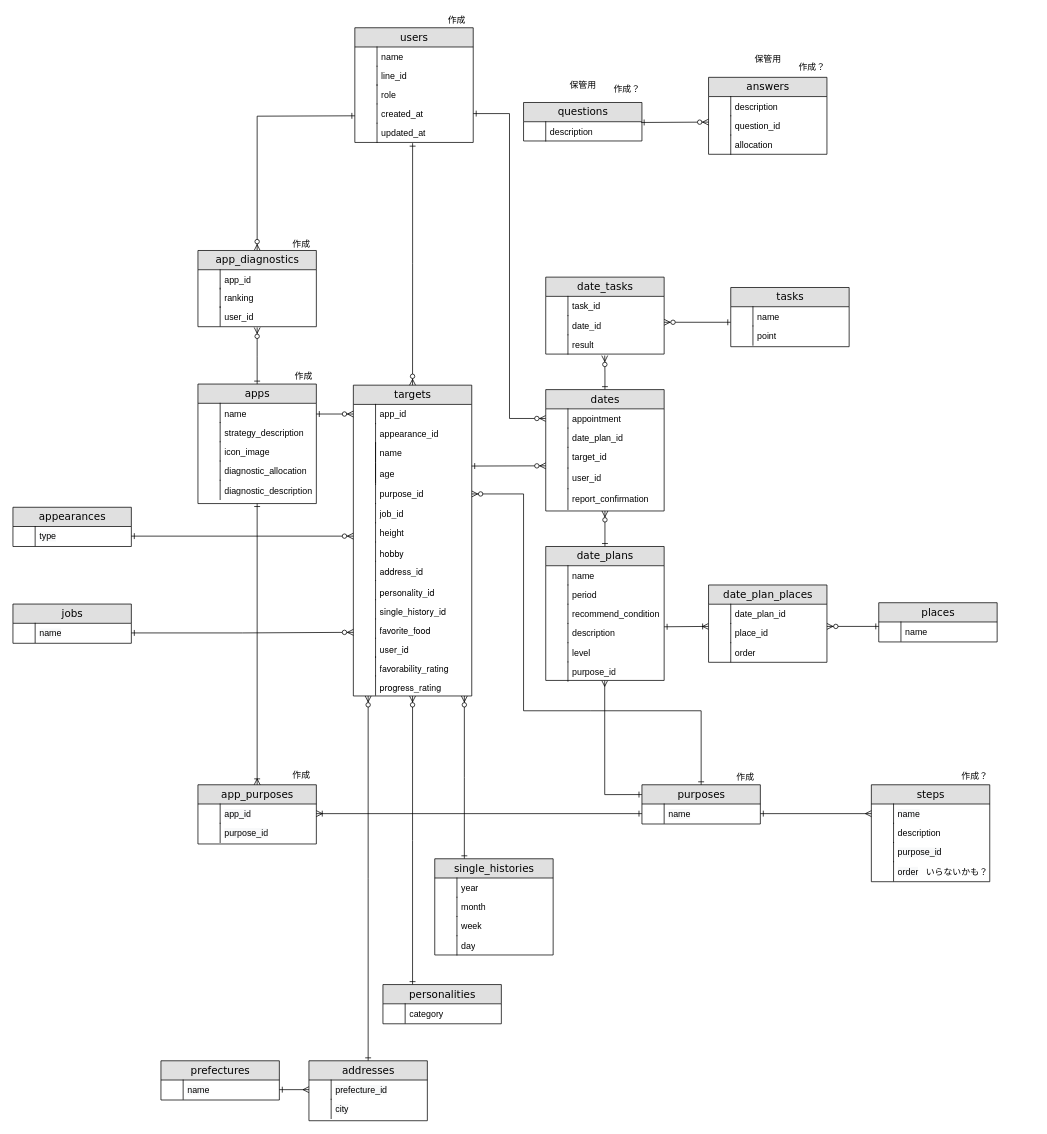
Earlier version of the draw.io diagram Untitled Diagram.drawio (kstar0102/ryuki0102). Source tidied: cells renumbered, new cells numbered last; positions are measured from the earlier drawing's top-left corner, leaving out a move shared by most shapes. Both pictures are drawn from the tidied source at 74%, with x=0, y=0 at pixel (13, 13).
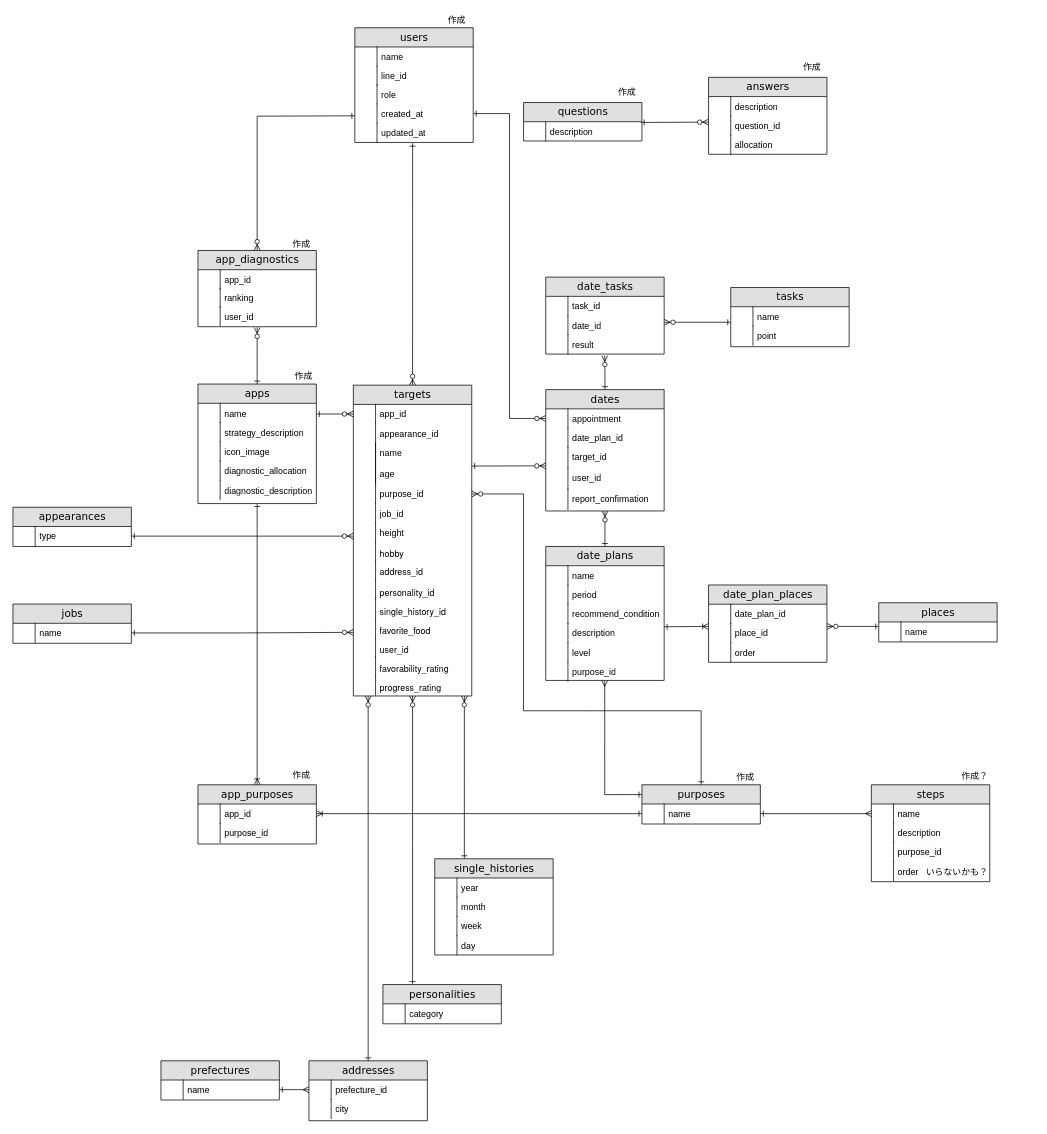
Above is the later version.

The edit, as a diff of the source:
```diff
@@
-    <mxCell id="186" value="保管用" style="text;html=1;align=center;verticalAlign=middle;strokeColor=none;" parent="1" vertex="1">
-      <mxGeometry x="745" y="87.5" width="50" height="20" as="geometry" />
-    </mxCell>
-    <mxCell id="187" value="保管用" style="text;html=1;align=center;verticalAlign=middle;strokeColor=none;" parent="1" vertex="1">
-      <mxGeometry x="995" y="53" width="50" height="20" as="geometry" />
-    </mxCell>
@@
-    <mxCell id="189" value="作成？" style="text;html=1;strokeColor=none;fillColor=none;align=center;verticalAlign=middle;whiteSpace=wrap;rounded=0;" parent="1" vertex="1">
-      <mxGeometry x="810" y="93" width="40" height="20" as="geometry" />
+    <mxCell id="189" value="作成" style="text;html=1;strokeColor=none;fillColor=none;align=center;verticalAlign=middle;whiteSpace=wrap;rounded=0;" parent="1" vertex="1">
+      <mxGeometry x="810" y="97" width="40" height="20" as="geometry" />
     </mxCell>
-    <mxCell id="190" value="作成？" style="text;html=1;strokeColor=none;fillColor=none;align=center;verticalAlign=middle;whiteSpace=wrap;rounded=0;" parent="1" vertex="1">
+    <mxCell id="190" value="作成" style="text;html=1;strokeColor=none;fillColor=none;align=center;verticalAlign=middle;whiteSpace=wrap;rounded=0;" parent="1" vertex="1">
       <mxGeometry x="1060" y="63" width="40" height="20" as="geometry" />
     </mxCell>
```
